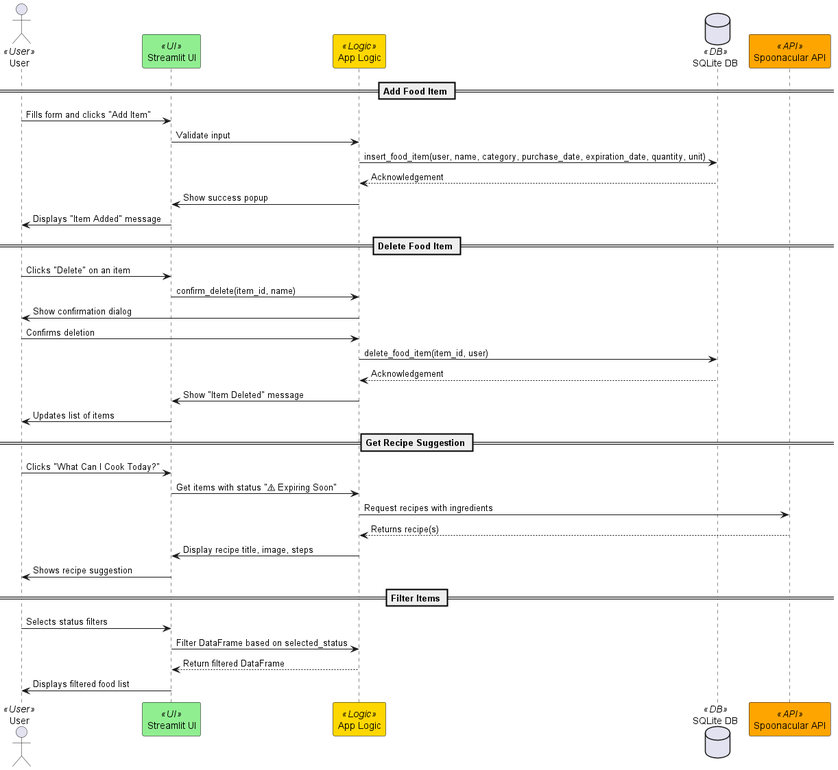
Earlier version of the PlantUML export sections/03-design/sequencediagram.png (unibo-dtm-se-2425-Wasted/report). Its source is kept beside it as sections/03-design/sequencediagram.puml.
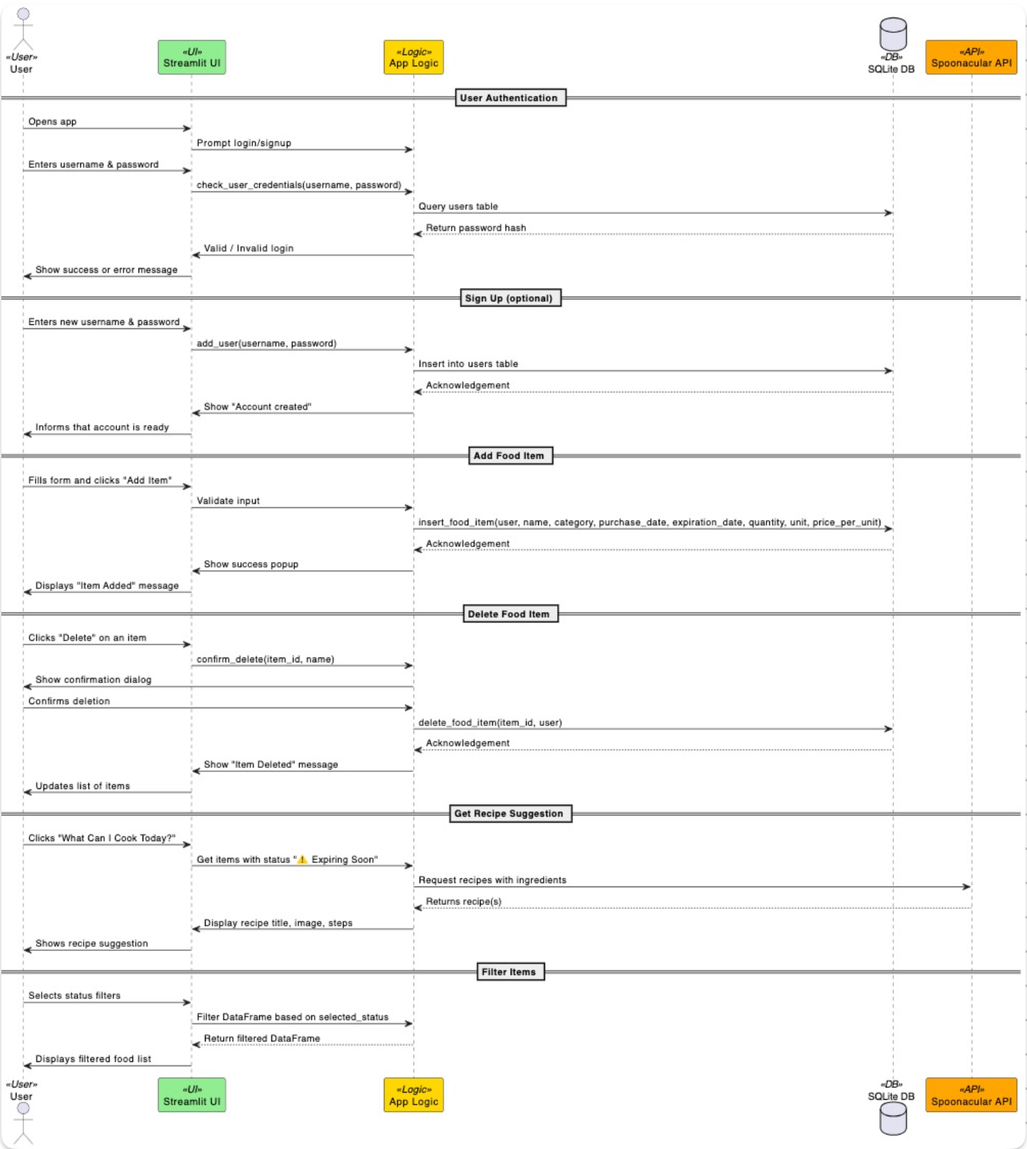
Above is the later version.

The edit, as a diff of the source:
```diff
@@ -14,10 +14,28 @@
 database "SQLite DB" as DB <<DB>>
 participant "Spoonacular API" as API <<API>>
 
+== User Authentication ==
+User -> UI : Opens app
+UI -> Logic : Prompt login/signup
+User -> UI : Enters username & password
+UI -> Logic : check_user_credentials(username, password)
+Logic -> DB : Query users table
+DB --> Logic : Return password hash
+Logic -> UI : Valid / Invalid login
+UI -> User : Show success or error message
+
+== Sign Up (optional) ==
+User -> UI : Enters new username & password
+UI -> Logic : add_user(username, password)
+Logic -> DB : Insert into users table
+DB --> Logic : Acknowledgement
+Logic -> UI : Show "Account created"
+UI -> User : Informs that account is ready
+
 == Add Food Item ==
 User -> UI : Fills form and clicks "Add Item"
 UI -> Logic : Validate input
-Logic -> DB : insert_food_item(user, name, category, purchase_date, expiration_date, quantity, unit)
+Logic -> DB : insert_food_item(user, name, category, purchase_date, expiration_date, quantity, unit, price_per_unit)
 DB --> Logic : Acknowledgement
 Logic -> UI : Show success popup
 UI -> User : Displays "Item Added" message
```
